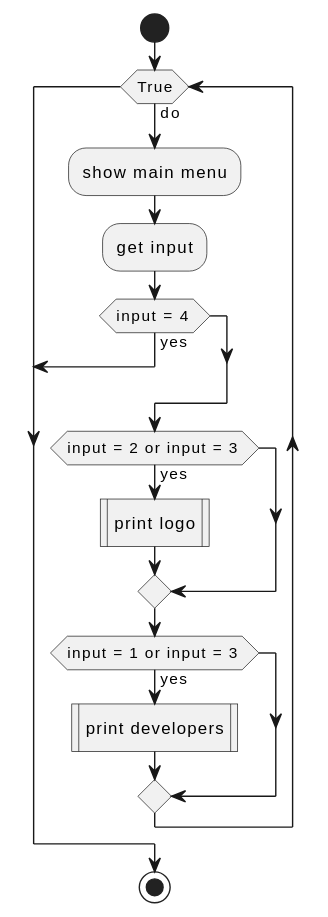
This is program-structure.svg from EvilSertUNI/Leybach-Straub--Abgabe-C-Programm, a PlantUML export, as it was before one commit.
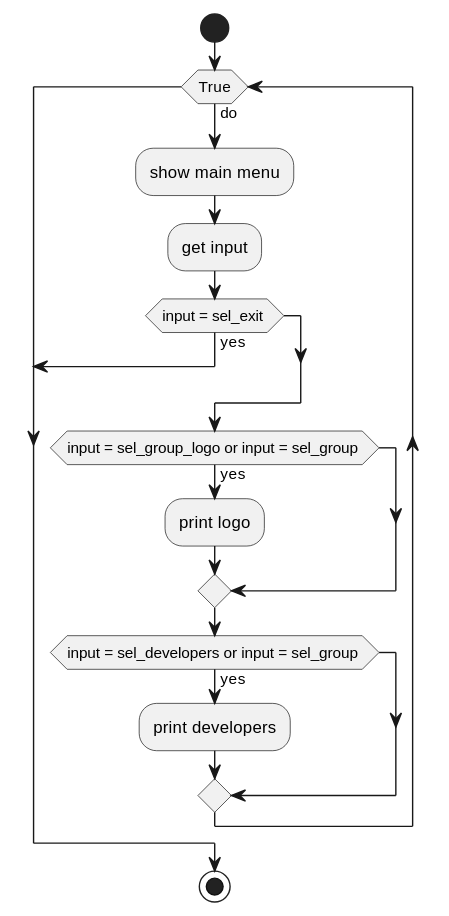
Later version of the same file.

Commit message:
program-structure.svg: updated with enumeration values

Change to the diagram source:
```diff
@@ -1,17 +1,17 @@
 @startuml
 start
 while (True) is (do)
-:show main menu;
-:get input;
-if (input = 4 ) then (yes)
-break
-endif
-if (input = 2 or input = 3 ) then (yes)
-<<procedure>> :print logo;
-endif
-if (input = 1 or input = 3 ) then (yes)
-<<procedure>> :print developers;
-endif
+  :show main menu;
+  :get input;
+  if (input = sel_exit ) then (yes)
+    break
+  endif
+  if (input = sel_group_logo or input = sel_group ) then (yes)
+    <<procedure>> :print logo;
+  endif
+  if (input = sel_developers or input = sel_group ) then (yes)
+    <<procedure>> :print developers;
+  endif
 endwhile
 stop
 @enduml
```
